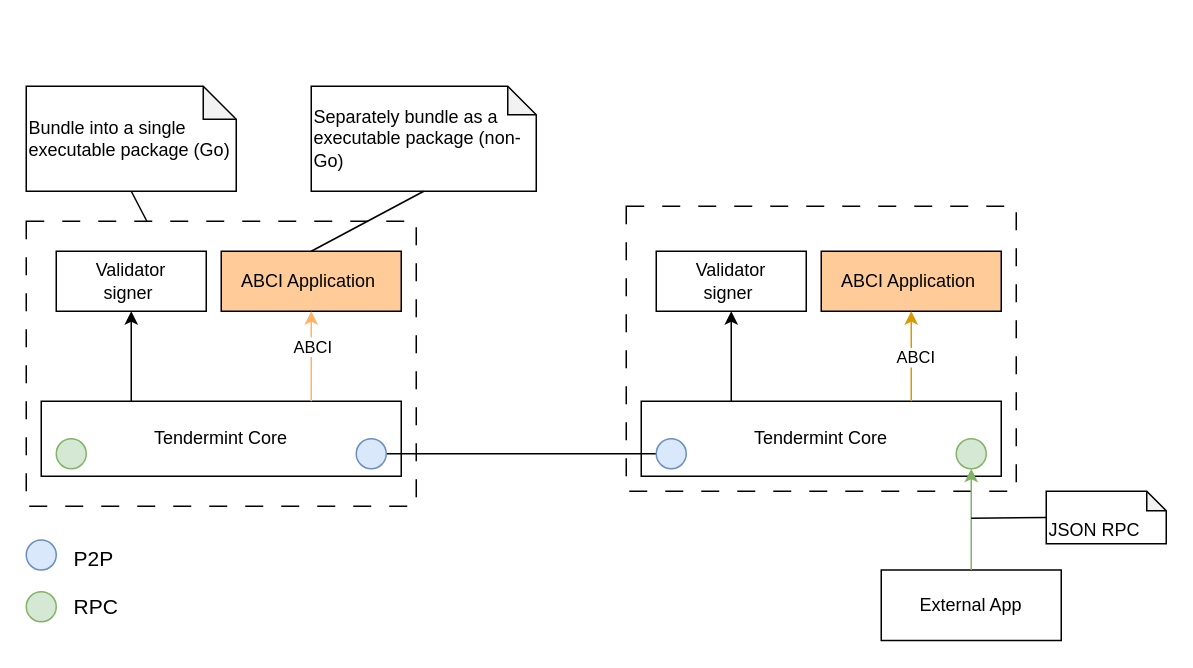
Above: assets/drawio/tendermint-arch.drawio in paulwizviz/learn-tendermint (draw.io), before the change. Source tidied: cells renumbered, new cells numbered last; positions are measured from the earlier drawing's top-left corner, leaving out a move shared by most shapes. Both pictures are drawn from the tidied source at 150%, with x=0, y=0 at pixel (26, 86).
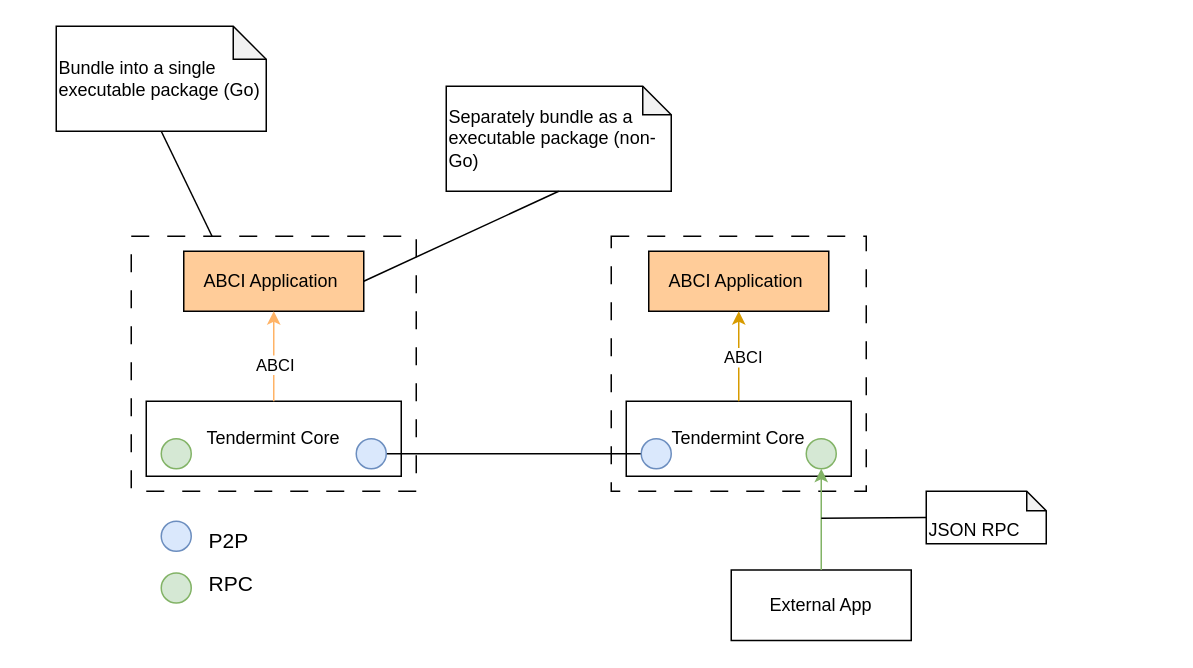
After the change.

The edit, as a diff of the source:
```diff
@@
     <mxCell id="2" value="Tendermint Core" style="rounded=0;whiteSpace=wrap;html=1;" parent="1" vertex="1">
-      <mxGeometry x="410" y="210" width="240" height="50" as="geometry" />
+      <mxGeometry x="400" y="210" width="150" height="50" as="geometry" />
     </mxCell>
     <mxCell id="3" style="rounded=0;whiteSpace=wrap;html=1;fillColor=none;dashed=1;dashPattern=12 12;" parent="1" vertex="1">
-      <mxGeometry x="400" y="80" width="260" height="190" as="geometry" />
+      <mxGeometry x="390" y="100" width="170" height="170" as="geometry" />
     </mxCell>
     <mxCell id="4" style="rounded=0;whiteSpace=wrap;html=1;fillColor=none;dashed=1;dashPattern=12 12;" parent="1" vertex="1">
-      <mxGeometry y="90" width="260" height="190" as="geometry" />
+      <mxGeometry x="70" y="100" width="190" height="170" as="geometry" />
     </mxCell>
     <mxCell id="5" value="ABCI Application&amp;nbsp;" style="rounded=0;whiteSpace=wrap;html=1;fillColor=#FFCC99;" parent="1" vertex="1">
-      <mxGeometry x="130" y="110" width="120" height="40" as="geometry" />
+      <mxGeometry x="105" y="110" width="120" height="40" as="geometry" />
     </mxCell>
     <mxCell id="6" value="Tendermint Core" style="rounded=0;whiteSpace=wrap;html=1;" parent="1" vertex="1">
-      <mxGeometry x="10" y="210" width="240" height="50" as="geometry" />
+      <mxGeometry x="80" y="210" width="170" height="50" as="geometry" />
     </mxCell>
-    <mxCell id="7" style="endArrow=classic;html=1;rounded=0;entryX=0.5;entryY=1;entryDx=0;entryDy=0;exitX=0.75;exitY=0;exitDx=0;exitDy=0;fillColor=#ffe6cc;strokeColor=#FFB366;" parent="1" edge="1" source="6" target="5">
+    <mxCell id="7" style="endArrow=classic;html=1;rounded=0;entryX=0.5;entryY=1;entryDx=0;entryDy=0;exitX=0.5;exitY=0;exitDx=0;exitDy=0;fillColor=#ffe6cc;strokeColor=#FFB366;" parent="1" edge="1" source="6" target="5">
       <mxGeometry relative="1" as="geometry" />
     </mxCell>
     <mxCell id="8" value="ABCI" style="edgeLabel;html=1;align=center;verticalAlign=middle;" parent="7" vertex="1">
       <mxGeometry x="0.23" y="1" relative="1" as="geometry">
-        <mxPoint x="1" as="offset" />
+        <mxPoint x="1" y="12" as="offset" />
       </mxGeometry>
     </mxCell>
-    <mxCell id="9" value="Validator&lt;div&gt;signer&amp;nbsp;&lt;/div&gt;" style="rounded=0;whiteSpace=wrap;html=1;" parent="1" vertex="1">
-      <mxGeometry x="20" y="110" width="100" height="40" as="geometry" />
-    </mxCell>
-    <mxCell id="10" style="endArrow=classic;html=1;rounded=0;entryX=0.5;entryY=1;entryDx=0;entryDy=0;exitX=0.25;exitY=0;exitDx=0;exitDy=0;" parent="1" edge="1" source="6" target="9">
-      <mxGeometry relative="1" as="geometry" />
-    </mxCell>
     <mxCell id="11" value="ABCI Application&amp;nbsp;" style="rounded=0;whiteSpace=wrap;html=1;fillColor=#FFCC99;" parent="1" vertex="1">
-      <mxGeometry x="530" y="110" width="120" height="40" as="geometry" />
+      <mxGeometry x="415" y="110" width="120" height="40" as="geometry" />
     </mxCell>
-    <mxCell id="12" style="endArrow=classic;html=1;rounded=0;entryX=0.5;entryY=1;entryDx=0;entryDy=0;exitX=0.75;exitY=0;exitDx=0;exitDy=0;fillColor=#ffe6cc;strokeColor=#d79b00;" parent="1" edge="1" source="2" target="11">
+    <mxCell id="12" style="endArrow=classic;html=1;rounded=0;entryX=0.5;entryY=1;entryDx=0;entryDy=0;exitX=0.5;exitY=0;exitDx=0;exitDy=0;fillColor=#ffe6cc;strokeColor=#d79b00;" parent="1" edge="1" source="2" target="11">
       <mxGeometry relative="1" as="geometry" />
     </mxCell>
@@
-    <mxCell id="14" value="Validator&lt;div&gt;signer&amp;nbsp;&lt;/div&gt;" style="rounded=0;whiteSpace=wrap;html=1;" parent="1" vertex="1">
-      <mxGeometry x="420" y="110" width="100" height="40" as="geometry" />
-    </mxCell>
-    <mxCell id="15" style="endArrow=classic;html=1;rounded=0;entryX=0.5;entryY=1;entryDx=0;entryDy=0;exitX=0.25;exitY=0;exitDx=0;exitDy=0;" parent="1" edge="1" source="2" target="14">
-      <mxGeometry relative="1" as="geometry" />
-    </mxCell>
-    <mxCell id="16" style="endArrow=none;html=1;rounded=0;exitX=1;exitY=0.5;exitDx=0;exitDy=0;entryX=0;entryY=0.5;entryDx=0;entryDy=0;" parent="1" edge="1">
+    <mxCell id="16" style="endArrow=none;html=1;rounded=0;exitX=1;exitY=0.5;exitDx=0;exitDy=0;entryX=0;entryY=0.5;entryDx=0;entryDy=0;" parent="1" edge="1" target="19">
       <mxGeometry relative="1" as="geometry">
         <mxPoint x="240" y="245" as="sourcePoint" />
-        <mxPoint x="420" y="245" as="targetPoint" />
       </mxGeometry>
     </mxCell>
@@
     <mxCell id="18" value="P2P" style="text;strokeColor=none;fillColor=none;html=1;fontSize=14;fontStyle=0;verticalAlign=middle;align=left;" parent="1" vertex="1">
-      <mxGeometry x="30" y="302.5" width="50" height="25" as="geometry" />
+      <mxGeometry x="120" y="290" width="50" height="25" as="geometry" />
     </mxCell>
     <mxCell id="19" style="ellipse;whiteSpace=wrap;html=1;fillColor=#dae8fc;strokeColor=#6c8ebf;" parent="1" vertex="1">
-      <mxGeometry x="420" y="235" width="20" height="20" as="geometry" />
+      <mxGeometry x="410" y="235" width="20" height="20" as="geometry" />
     </mxCell>
     <mxCell id="20" style="ellipse;whiteSpace=wrap;html=1;fillColor=#dae8fc;strokeColor=#6c8ebf;" parent="1" vertex="1">
-      <mxGeometry y="302.5" width="20" height="20" as="geometry" />
+      <mxGeometry x="90" y="290" width="20" height="20" as="geometry" />
     </mxCell>
     <mxCell id="21" style="ellipse;whiteSpace=wrap;html=1;fillColor=#d5e8d4;strokeColor=#82b366;" parent="1" vertex="1">
-      <mxGeometry y="337" width="20" height="20" as="geometry" />
+      <mxGeometry x="90" y="324.5" width="20" height="20" as="geometry" />
     </mxCell>
     <mxCell id="22" value="RPC" style="text;strokeColor=none;fillColor=none;html=1;fontSize=14;fontStyle=0;verticalAlign=middle;align=left;" parent="1" vertex="1">
-      <mxGeometry x="30" y="334.5" width="50" height="25" as="geometry" />
+      <mxGeometry x="120" y="317.5" width="50" height="29.5" as="geometry" />
     </mxCell>
     <mxCell id="23" style="ellipse;whiteSpace=wrap;html=1;fillColor=#d5e8d4;strokeColor=#82b366;" parent="1" vertex="1">
-      <mxGeometry x="20" y="235" width="20" height="20" as="geometry" />
+      <mxGeometry x="90" y="235" width="20" height="20" as="geometry" />
     </mxCell>
     <mxCell id="24" style="ellipse;whiteSpace=wrap;html=1;fillColor=#d5e8d4;strokeColor=#82b366;" parent="1" vertex="1">
-      <mxGeometry x="620" y="235" width="20" height="20" as="geometry" />
+      <mxGeometry x="520" y="235" width="20" height="20" as="geometry" />
     </mxCell>
     <mxCell id="25" value="External App" style="rounded=0;whiteSpace=wrap;html=1;" parent="1" vertex="1">
-      <mxGeometry x="570" y="322.5" width="120" height="47" as="geometry" />
+      <mxGeometry x="470" y="322.5" width="120" height="47" as="geometry" />
     </mxCell>
@@
     <mxCell id="27" value="&lt;span style=&quot;&quot;&gt;Separately bundle as a executable package (non-Go)&lt;/span&gt;" style="shape=note;whiteSpace=wrap;html=1;backgroundOutline=1;darkOpacity=0.05;align=left;size=19;" parent="1" vertex="1">
-      <mxGeometry x="190" width="150" height="70" as="geometry" />
+      <mxGeometry x="280" width="150" height="70" as="geometry" />
     </mxCell>
     <mxCell id="28" value="&lt;span style=&quot;&quot;&gt;Bundle into a single executable package (Go)&lt;/span&gt;" style="shape=note;whiteSpace=wrap;html=1;backgroundOutline=1;darkOpacity=0.05;align=left;size=22;verticalAlign=middle;" parent="1" vertex="1">
-      <mxGeometry width="140" height="70" as="geometry" />
+      <mxGeometry x="20" y="-40" width="140" height="70" as="geometry" />
     </mxCell>
@@
-    <mxCell id="30" style="endArrow=none;html=1;rounded=0;entryX=0.5;entryY=1;entryDx=0;entryDy=0;entryPerimeter=0;exitX=0.5;exitY=0;exitDx=0;exitDy=0;" parent="1" edge="1" source="5" target="27">
+    <mxCell id="30" style="endArrow=none;html=1;rounded=0;entryX=0.5;entryY=1;entryDx=0;entryDy=0;entryPerimeter=0;exitX=1;exitY=0.5;exitDx=0;exitDy=0;" parent="1" edge="1" source="5" target="27">
       <mxGeometry relative="1" as="geometry" />
     </mxCell>
     <mxCell id="31" value="&lt;span style=&quot;&quot;&gt;JSON RPC&lt;/span&gt;" style="shape=note;whiteSpace=wrap;html=1;backgroundOutline=1;darkOpacity=0.05;align=left;size=13;verticalAlign=bottom;" parent="1" vertex="1">
-      <mxGeometry x="680" y="270" width="80" height="35" as="geometry" />
+      <mxGeometry x="600" y="270" width="80" height="35" as="geometry" />
     </mxCell>
     <mxCell id="32" style="endArrow=none;html=1;rounded=0;entryX=0;entryY=0.5;entryDx=0;entryDy=0;entryPerimeter=0;" parent="1" edge="1" target="31">
       <mxGeometry relative="1" as="geometry">
-        <mxPoint x="630" y="288" as="sourcePoint" />
+        <mxPoint x="530" y="288" as="sourcePoint" />
       </mxGeometry>
     </mxCell>
```
